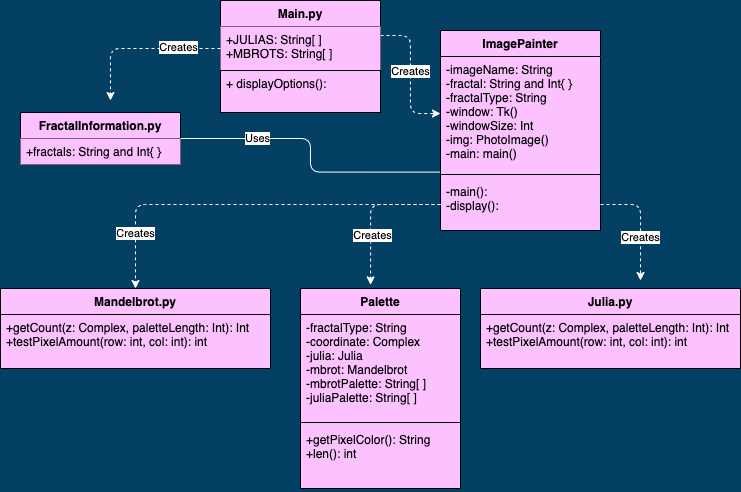
Earlier version of the draw.io export doc/phase_4_UML.png (gavin-robey/fractal_visualizer). Source tidied: cells renumbered, new cells last; positions are measured from the earlier drawing's top-left corner, leaving out a move shared by most shapes. The source it was exported from:
```xml
<mxGraphModel background="#034063">
  <root>
    <mxCell id="0" />
    <mxCell id="1" parent="0" />
    <mxCell id="2" style="edgeStyle=orthogonalEdgeStyle;rounded=1;jettySize=auto;html=1;dashed=1;strokeColor=#FFFFFF;" parent="1" edge="1" source="4" target="12">
      <mxGeometry relative="1" as="geometry" />
    </mxCell>
    <mxCell id="3" value="Creates" style="edgeLabel;html=1;align=center;verticalAlign=middle;" parent="2" vertex="1">
      <mxGeometry x="-0.06" relative="1" as="geometry" />
    </mxCell>
    <mxCell id="4" value="Main.py" style="swimlane;fontStyle=1;align=center;verticalAlign=top;horizontal=1;startSize=26;labelBackgroundColor=none;fillColor=#FBC2FF;strokeWidth=1;shadow=0;swimlaneLine=1;" parent="1" vertex="1">
      <mxGeometry x="220" width="160" height="70" as="geometry" />
    </mxCell>
    <mxCell id="5" value="+JULIAS: String[ ]&#10;+MBROTS: String[ ] &#10;" style="text;strokeColor=none;fillColor=#FBC2FF;align=left;verticalAlign=top;spacingLeft=4;spacingRight=4;overflow=hidden;points=[[0,0.5],[1,0.5]];portConstraint=eastwest;labelBackgroundColor=none;strokeWidth=1;shadow=0;swimlaneLine=1;" parent="4" vertex="1">
      <mxGeometry y="26" width="160" height="44" as="geometry" />
    </mxCell>
    <mxCell id="6" style="edgeStyle=orthogonalEdgeStyle;rounded=1;jettySize=auto;html=1;entryX=0.057;entryY=1.014;entryDx=0;entryDy=0;entryPerimeter=0;strokeColor=#FFFFFF;" parent="1" edge="1" source="8" target="12">
      <mxGeometry relative="1" as="geometry" />
    </mxCell>
    <mxCell id="7" value="Uses" style="edgeLabel;html=1;align=center;verticalAlign=middle;" parent="6" vertex="1">
      <mxGeometry x="-0.5" relative="1" as="geometry" />
    </mxCell>
    <mxCell id="8" value="FractalInformation.py" style="swimlane;fontStyle=1;align=center;verticalAlign=top;horizontal=1;startSize=26;labelBackgroundColor=none;fillColor=#FBC2FF;" parent="1" vertex="1">
      <mxGeometry x="20" y="112" width="160" height="52" as="geometry" />
    </mxCell>
    <mxCell id="9" value="+fractals: String and Int{ }" style="text;strokeColor=none;fillColor=#FBC2FF;align=left;verticalAlign=top;spacingLeft=4;spacingRight=4;overflow=hidden;labelBackgroundColor=none;labelBorderColor=none;" parent="8" vertex="1">
      <mxGeometry y="26" width="160" height="26" as="geometry" />
    </mxCell>
    <mxCell id="10" value="+ displayOptions():" style="text;strokeColor=default;fillColor=#FBC2FF;align=left;verticalAlign=top;spacingLeft=4;spacingRight=4;overflow=hidden;labelBackgroundColor=none;strokeWidth=1;shadow=0;swimlaneLine=1;" parent="1" vertex="1">
      <mxGeometry x="220" y="70" width="160" height="42" as="geometry" />
    </mxCell>
    <mxCell id="11" value="ImagePainter" style="swimlane;fontStyle=1;align=center;verticalAlign=top;horizontal=1;startSize=26;shadow=0;labelBackgroundColor=none;labelBorderColor=none;strokeColor=default;strokeWidth=1;fillColor=#FBC2FF;swimlaneFillColor=#FBC2FF;" parent="1" vertex="1">
      <mxGeometry x="440" y="30" width="160" height="200" as="geometry" />
    </mxCell>
    <mxCell id="12" value="-imageName: String&#10;-fractal: String and Int{ }&#10;-fractalType: String&#10;-window: Tk()&#10;-windowSize: Int &#10;-img: PhotoImage()&#10;-main: main()" style="text;strokeColor=none;fillColor=none;align=left;verticalAlign=top;spacingLeft=4;spacingRight=4;overflow=hidden;points=[[0,0.5],[1,0.5]];portConstraint=eastwest;shadow=0;labelBackgroundColor=none;labelBorderColor=none;swimlaneFillColor=#FBC2FF;" parent="11" vertex="1">
      <mxGeometry y="26" width="160" height="114" as="geometry" />
    </mxCell>
    <mxCell id="13" style="line;strokeWidth=1;fillColor=none;align=left;verticalAlign=middle;spacingTop=-1;spacingLeft=3;spacingRight=3;labelPosition=right;shadow=0;labelBackgroundColor=none;labelBorderColor=none;swimlaneFillColor=#FBC2FF;" parent="11" vertex="1">
      <mxGeometry y="140" width="160" height="8" as="geometry" />
    </mxCell>
    <mxCell id="14" value="-main():&#10;-display():" style="text;strokeColor=none;fillColor=none;align=left;verticalAlign=top;spacingLeft=4;spacingRight=4;overflow=hidden;points=[[0,0.5],[1,0.5]];portConstraint=eastwest;shadow=0;labelBackgroundColor=none;labelBorderColor=none;swimlaneFillColor=#FBC2FF;" parent="11" vertex="1">
      <mxGeometry y="148" width="160" height="52" as="geometry" />
    </mxCell>
    <mxCell id="15" value="Palette" style="swimlane;fontStyle=1;align=center;verticalAlign=top;horizontal=1;startSize=26;shadow=0;labelBackgroundColor=none;labelBorderColor=none;strokeColor=default;strokeWidth=1;fillColor=#FBC2FF;swimlaneFillColor=#FBC2FF;" parent="1" vertex="1">
      <mxGeometry x="300" y="288" width="160" height="200" as="geometry" />
    </mxCell>
    <mxCell id="16" value="-fractalType: String&#10;-coordinate: Complex&#10;-julia: Julia  &#10;-mbrot: Mandelbrot&#10;-mbrotPalette: String[ ]&#10;-juliaPalette: String[ ]" style="text;strokeColor=none;fillColor=none;align=left;verticalAlign=top;spacingLeft=4;spacingRight=4;overflow=hidden;shadow=0;labelBackgroundColor=none;labelBorderColor=none;swimlaneFillColor=#FBC2FF;" parent="15" vertex="1">
      <mxGeometry y="26" width="160" height="104" as="geometry" />
    </mxCell>
    <mxCell id="17" style="line;strokeWidth=1;fillColor=none;align=left;verticalAlign=middle;spacingTop=-1;spacingLeft=3;spacingRight=3;labelPosition=right;shadow=0;labelBackgroundColor=none;labelBorderColor=none;swimlaneFillColor=#FBC2FF;" parent="15" vertex="1">
      <mxGeometry y="130" width="160" height="8" as="geometry" />
    </mxCell>
    <mxCell id="18" value="+getPixelColor(): String&#10;+len(): int" style="text;strokeColor=none;fillColor=none;align=left;verticalAlign=top;spacingLeft=4;spacingRight=4;overflow=hidden;shadow=0;labelBackgroundColor=none;labelBorderColor=none;swimlaneFillColor=#FBC2FF;" parent="15" vertex="1">
      <mxGeometry y="138" width="160" height="62" as="geometry" />
    </mxCell>
    <mxCell id="19" value="Mandelbrot.py" style="swimlane;fontStyle=1;align=center;verticalAlign=top;horizontal=1;startSize=26;shadow=0;labelBackgroundColor=none;labelBorderColor=none;strokeColor=default;strokeWidth=1;fillColor=#FBC2FF;swimlaneFillColor=#FBC2FF;" parent="1" vertex="1">
      <mxGeometry y="288" width="270" height="80" as="geometry" />
    </mxCell>
    <mxCell id="20" value="+getCount(z: Complex, paletteLength: Int): Int&#10;+testPixelAmount(row: int, col: int): int" style="text;strokeColor=none;fillColor=none;align=left;verticalAlign=top;spacingLeft=4;spacingRight=4;overflow=hidden;shadow=0;labelBackgroundColor=none;labelBorderColor=none;swimlaneFillColor=#FBC2FF;" parent="19" vertex="1">
      <mxGeometry y="26" width="270" height="54" as="geometry" />
    </mxCell>
    <mxCell id="21" value="Julia.py" style="swimlane;fontStyle=1;align=center;verticalAlign=top;horizontal=1;startSize=26;shadow=0;labelBackgroundColor=none;labelBorderColor=none;strokeColor=default;strokeWidth=1;fillColor=#FBC2FF;swimlaneFillColor=#FBC2FF;" parent="1" vertex="1">
      <mxGeometry x="480" y="288" width="260" height="80" as="geometry" />
    </mxCell>
    <mxCell id="22" value="+getCount(z: Complex, paletteLength: Int): Int&#10;+testPixelAmount(row: int, col: int): int" style="text;strokeColor=none;fillColor=none;align=left;verticalAlign=top;spacingLeft=4;spacingRight=4;overflow=hidden;shadow=0;labelBackgroundColor=none;labelBorderColor=none;swimlaneFillColor=#FBC2FF;" parent="21" vertex="1">
      <mxGeometry y="26" width="260" height="54" as="geometry" />
    </mxCell>
    <mxCell id="23" style="edgeStyle=orthogonalEdgeStyle;rounded=1;jettySize=auto;html=1;dashed=1;strokeColor=#FFFFFF;" parent="1" edge="1" source="14" target="19">
      <mxGeometry relative="1" as="geometry" />
    </mxCell>
    <mxCell id="24" value="Creates" style="edgeLabel;html=1;align=center;verticalAlign=middle;" parent="23" vertex="1">
      <mxGeometry x="0.71" relative="1" as="geometry" />
    </mxCell>
    <mxCell id="25" style="edgeStyle=orthogonalEdgeStyle;rounded=1;jettySize=auto;html=1;entryX=0.438;entryY=-0.018;entryDx=0;entryDy=0;entryPerimeter=0;dashed=1;strokeColor=#FFFFFF;" parent="1" edge="1" source="14" target="15">
      <mxGeometry relative="1" as="geometry" />
    </mxCell>
    <mxCell id="26" value="Creates" style="edgeLabel;html=1;align=center;verticalAlign=middle;" parent="25" vertex="1">
      <mxGeometry x="0.34" y="1" relative="1" as="geometry" />
    </mxCell>
    <mxCell id="27" style="edgeStyle=orthogonalEdgeStyle;rounded=1;jettySize=auto;html=1;dashed=1;strokeColor=#FFFFFF;" parent="1" edge="1" source="14">
      <mxGeometry relative="1" as="geometry">
        <mxPoint x="640" y="280" as="targetPoint" />
      </mxGeometry>
    </mxCell>
    <mxCell id="28" value="Creates" style="edgeLabel;html=1;align=center;verticalAlign=middle;" parent="27" vertex="1">
      <mxGeometry x="0.24" relative="1" as="geometry" />
    </mxCell>
    <mxCell id="29" style="edgeStyle=orthogonalEdgeStyle;rounded=1;jettySize=auto;html=1;dashed=1;strokeColor=#FFFFFF;" parent="1" edge="1" source="5">
      <mxGeometry relative="1" as="geometry">
        <mxPoint x="110" y="100" as="targetPoint" />
      </mxGeometry>
    </mxCell>
    <mxCell id="30" value="Creates" style="edgeLabel;html=1;align=center;verticalAlign=middle;" parent="29" vertex="1">
      <mxGeometry x="-0.47" y="-1" relative="1" as="geometry" />
    </mxCell>
  </root>
</mxGraphModel>
```
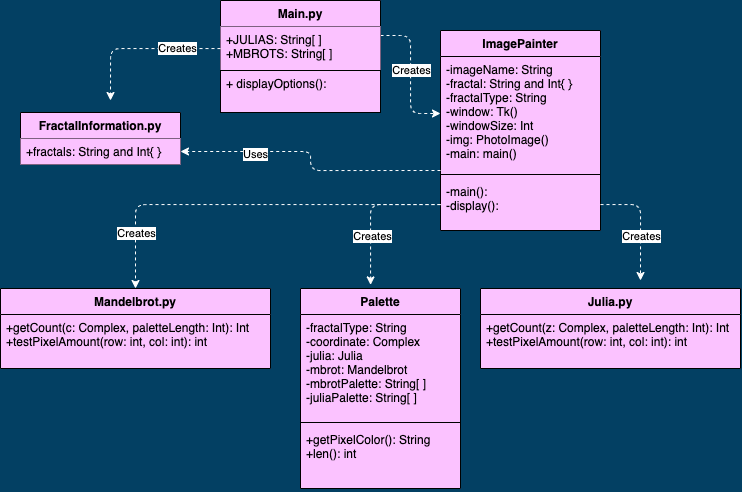
After the commit.

The edit, as a diff of the source:
```diff
@@ -14,12 +14,6 @@
     <mxCell id="5" value="+JULIAS: String[ ]&#10;+MBROTS: String[ ] &#10;" style="text;strokeColor=none;fillColor=#FBC2FF;align=left;verticalAlign=top;spacingLeft=4;spacingRight=4;overflow=hidden;points=[[0,0.5],[1,0.5]];portConstraint=eastwest;labelBackgroundColor=none;strokeWidth=1;shadow=0;swimlaneLine=1;" parent="4" vertex="1">
       <mxGeometry y="26" width="160" height="44" as="geometry" />
     </mxCell>
-    <mxCell id="6" style="edgeStyle=orthogonalEdgeStyle;rounded=1;jettySize=auto;html=1;entryX=0.057;entryY=1.014;entryDx=0;entryDy=0;entryPerimeter=0;strokeColor=#FFFFFF;" parent="1" edge="1" source="8" target="12">
-      <mxGeometry relative="1" as="geometry" />
-    </mxCell>
-    <mxCell id="7" value="Uses" style="edgeLabel;html=1;align=center;verticalAlign=middle;" parent="6" vertex="1">
-      <mxGeometry x="-0.5" relative="1" as="geometry" />
-    </mxCell>
     <mxCell id="8" value="FractalInformation.py" style="swimlane;fontStyle=1;align=center;verticalAlign=top;horizontal=1;startSize=26;labelBackgroundColor=none;fillColor=#FBC2FF;" parent="1" vertex="1">
       <mxGeometry x="20" y="112" width="160" height="52" as="geometry" />
     </mxCell>
@@ -56,7 +50,7 @@
     <mxCell id="19" value="Mandelbrot.py" style="swimlane;fontStyle=1;align=center;verticalAlign=top;horizontal=1;startSize=26;shadow=0;labelBackgroundColor=none;labelBorderColor=none;strokeColor=default;strokeWidth=1;fillColor=#FBC2FF;swimlaneFillColor=#FBC2FF;" parent="1" vertex="1">
       <mxGeometry y="288" width="270" height="80" as="geometry" />
     </mxCell>
-    <mxCell id="20" value="+getCount(z: Complex, paletteLength: Int): Int&#10;+testPixelAmount(row: int, col: int): int" style="text;strokeColor=none;fillColor=none;align=left;verticalAlign=top;spacingLeft=4;spacingRight=4;overflow=hidden;shadow=0;labelBackgroundColor=none;labelBorderColor=none;swimlaneFillColor=#FBC2FF;" parent="19" vertex="1">
+    <mxCell id="20" value="+getCount(c: Complex, paletteLength: Int): Int&#10;+testPixelAmount(row: int, col: int): int" style="text;strokeColor=none;fillColor=none;align=left;verticalAlign=top;spacingLeft=4;spacingRight=4;overflow=hidden;shadow=0;labelBackgroundColor=none;labelBorderColor=none;swimlaneFillColor=#FBC2FF;" parent="19" vertex="1">
       <mxGeometry y="26" width="270" height="54" as="geometry" />
     </mxCell>
     <mxCell id="21" value="Julia.py" style="swimlane;fontStyle=1;align=center;verticalAlign=top;horizontal=1;startSize=26;shadow=0;labelBackgroundColor=none;labelBorderColor=none;strokeColor=default;strokeWidth=1;fillColor=#FBC2FF;swimlaneFillColor=#FBC2FF;" parent="1" vertex="1">
@@ -93,5 +87,16 @@
     <mxCell id="30" value="Creates" style="edgeLabel;html=1;align=center;verticalAlign=middle;" parent="29" vertex="1">
       <mxGeometry x="-0.47" y="-1" relative="1" as="geometry" />
     </mxCell>
+    <mxCell id="31" style="edgeStyle=orthogonalEdgeStyle;rounded=1;jettySize=auto;html=1;entryX=1;entryY=0.75;entryDx=0;entryDy=0;strokeColor=#FFFFFF;dashed=1;" parent="1" edge="1" source="12" target="8">
+      <mxGeometry relative="1" as="geometry">
+        <Array as="points">
+          <mxPoint x="310" y="170" />
+          <mxPoint x="310" y="151" />
+        </Array>
+      </mxGeometry>
+    </mxCell>
+    <mxCell id="7" value="Uses" style="edgeLabel;html=1;align=center;verticalAlign=middle;" parent="31" vertex="1">
+      <mxGeometry x="0.46" y="2" relative="1" as="geometry" />
+    </mxCell>
   </root>
 </mxGraphModel>
```
